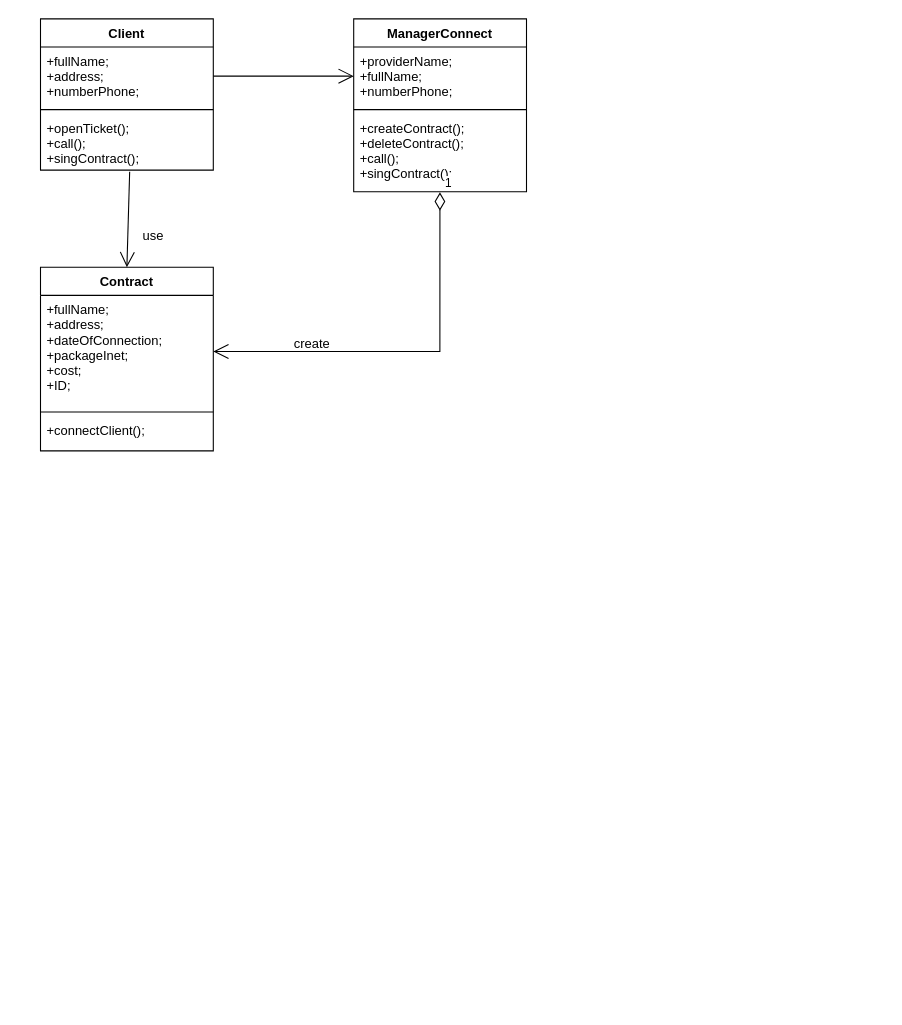
Above: UML-diagramm.drawio in Maks151702/Kyrsach_OOP (draw.io), before the change. Source tidied: cells renumbered, new cells numbered last; positions are measured from the earlier drawing's top-left corner, leaving out a move shared by most shapes. Both pictures are drawn from the tidied source at 108%, with x=0, y=0 at pixel (40, 18).
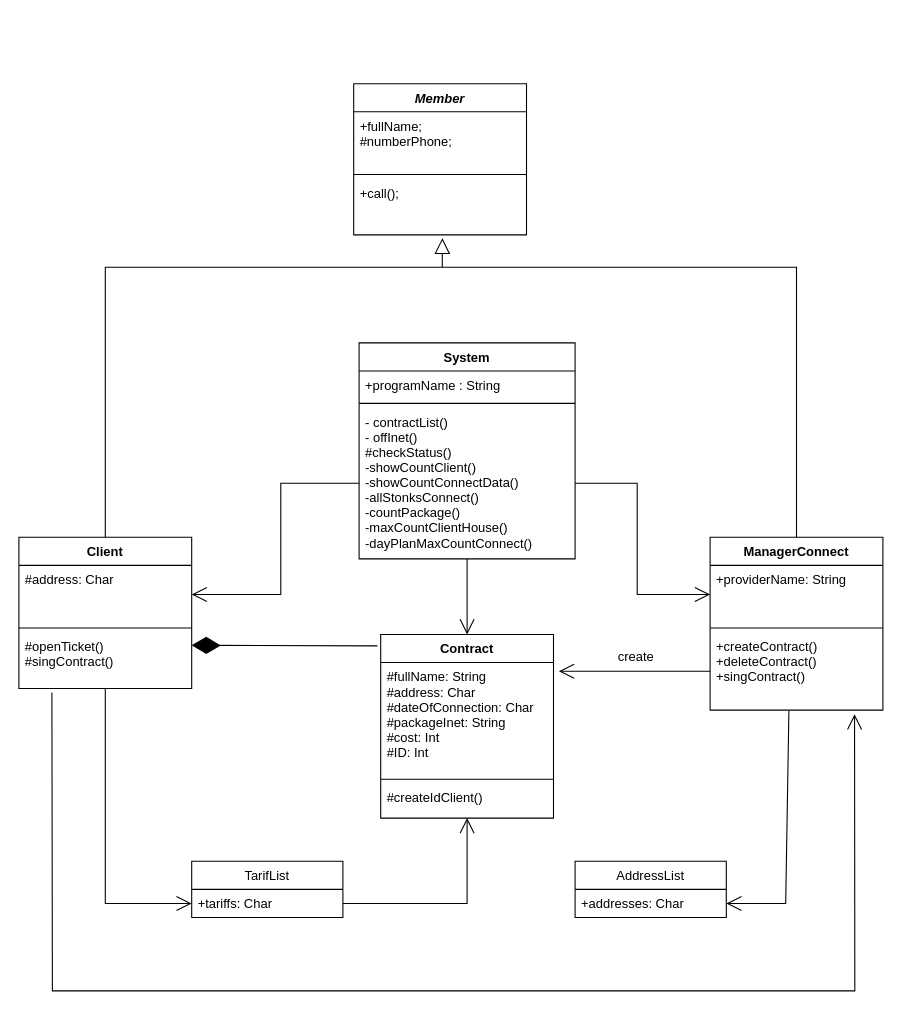
Above is the later version.

Change to the diagram source:
```diff
@@
     <mxCell id="2" value="Contract" style="swimlane;fontStyle=1;align=center;verticalAlign=top;horizontal=1;startSize=26;" parent="1" vertex="1">
-      <mxGeometry y="230" width="160" height="170" as="geometry" />
+      <mxGeometry x="315" y="570" width="160" height="170" as="geometry" />
     </mxCell>
-    <mxCell id="3" value="+fullName;&#10;+address;&#10;+dateOfConnection;&#10;+packageInet;&#10;+cost;&#10;+ID;" style="text;strokeColor=none;fillColor=none;align=left;verticalAlign=top;spacingLeft=4;spacingRight=4;overflow=hidden;points=[[0,0.5],[1,0.5]];portConstraint=eastwest;" parent="2" vertex="1">
+    <mxCell id="3" value="#fullName: String&#10;#address: Char&#10;#dateOfConnection: Char&#10;#packageInet: String&#10;#cost: Int&#10;#ID: Int" style="text;strokeColor=none;fillColor=none;align=left;verticalAlign=top;spacingLeft=4;spacingRight=4;overflow=hidden;points=[[0,0.5],[1,0.5]];portConstraint=eastwest;" parent="2" vertex="1">
       <mxGeometry y="26" width="160" height="104" as="geometry" />
     </mxCell>
@@
-    <mxCell id="5" value="+connectClient();" style="text;strokeColor=none;fillColor=none;align=left;verticalAlign=top;spacingLeft=4;spacingRight=4;overflow=hidden;points=[[0,0.5],[1,0.5]];portConstraint=eastwest;" parent="2" vertex="1">
+    <mxCell id="5" value="#createIdClient()" style="text;strokeColor=none;fillColor=none;align=left;verticalAlign=top;spacingLeft=4;spacingRight=4;overflow=hidden;points=[[0,0.5],[1,0.5]];portConstraint=eastwest;" parent="2" vertex="1">
       <mxGeometry y="138" width="160" height="32" as="geometry" />
     </mxCell>
+    <mxCell id="19" style="edgeStyle=orthogonalEdgeStyle;rounded=0;jettySize=auto;html=1;exitX=0.5;exitY=0;exitDx=0;exitDy=0;startArrow=none;startFill=0;endArrow=none;endFill=0;strokeWidth=1;" parent="1" edge="1" source="6">
+      <mxGeometry relative="1" as="geometry">
+        <mxPoint x="370" y="230" as="targetPoint" />
+        <Array as="points">
+          <mxPoint x="60" y="230" />
+        </Array>
+      </mxGeometry>
+    </mxCell>
+    <mxCell id="20" style="edgeStyle=orthogonalEdgeStyle;rounded=0;jettySize=auto;html=1;entryX=0;entryY=0.5;entryDx=0;entryDy=0;endArrow=open;endFill=0;endSize=12;" parent="1" edge="1" source="6" target="37">
+      <mxGeometry relative="1" as="geometry" />
+    </mxCell>
     <mxCell id="6" value="Client" style="swimlane;fontStyle=1;align=center;verticalAlign=top;horizontal=1;startSize=26;" parent="1" vertex="1">
-      <mxGeometry width="160" height="140" as="geometry" />
+      <mxGeometry x="-20" y="480" width="160" height="140" as="geometry" />
     </mxCell>
-    <mxCell id="7" value="+fullName;&#10;+address;&#10;+numberPhone;" style="text;strokeColor=none;fillColor=none;align=left;verticalAlign=top;spacingLeft=4;spacingRight=4;overflow=hidden;points=[[0,0.5],[1,0.5]];portConstraint=eastwest;" parent="6" vertex="1">
+    <mxCell id="7" value="#address: Char" style="text;strokeColor=none;fillColor=none;align=left;verticalAlign=top;spacingLeft=4;spacingRight=4;overflow=hidden;points=[[0,0.5],[1,0.5]];portConstraint=eastwest;" parent="6" vertex="1">
       <mxGeometry y="26" width="160" height="54" as="geometry" />
     </mxCell>
@@
-    <mxCell id="9" value="+openTicket();&#10;+call();&#10;+singContract();" style="text;strokeColor=none;fillColor=none;align=left;verticalAlign=top;spacingLeft=4;spacingRight=4;overflow=hidden;points=[[0,0.5],[1,0.5]];portConstraint=eastwest;" parent="6" vertex="1">
+    <mxCell id="9" value="#openTicket()&#10;#singContract()" style="text;strokeColor=none;fillColor=none;align=left;verticalAlign=top;spacingLeft=4;spacingRight=4;overflow=hidden;points=[[0,0.5],[1,0.5]];portConstraint=eastwest;" parent="6" vertex="1">
       <mxGeometry y="88" width="160" height="52" as="geometry" />
     </mxCell>
+    <mxCell id="21" style="edgeStyle=orthogonalEdgeStyle;rounded=0;jettySize=auto;html=1;startArrow=none;startFill=0;endArrow=none;endFill=0;strokeWidth=1;" parent="1" edge="1" source="10">
+      <mxGeometry relative="1" as="geometry">
+        <mxPoint x="370" y="230" as="targetPoint" />
+        <Array as="points">
+          <mxPoint x="700" y="230" />
+        </Array>
+      </mxGeometry>
+    </mxCell>
     <mxCell id="10" value="ManagerConnect" style="swimlane;fontStyle=1;align=center;verticalAlign=top;horizontal=1;startSize=26;" parent="1" vertex="1">
-      <mxGeometry x="290" width="160" height="160" as="geometry" />
+      <mxGeometry x="620" y="480" width="160" height="160" as="geometry" />
     </mxCell>
-    <mxCell id="11" value="+providerName;&#10;+fullName;&#10;+numberPhone;" style="text;strokeColor=none;fillColor=none;align=left;verticalAlign=top;spacingLeft=4;spacingRight=4;overflow=hidden;points=[[0,0.5],[1,0.5]];portConstraint=eastwest;" parent="10" vertex="1">
+    <mxCell id="11" value="+providerName: String" style="text;strokeColor=none;fillColor=none;align=left;verticalAlign=top;spacingLeft=4;spacingRight=4;overflow=hidden;points=[[0,0.5],[1,0.5]];portConstraint=eastwest;" parent="10" vertex="1">
       <mxGeometry y="26" width="160" height="54" as="geometry" />
     </mxCell>
@@
-    <mxCell id="13" value="+createContract();&#10;+deleteContract();&#10;+call();&#10;+singContract();" style="text;strokeColor=none;fillColor=none;align=left;verticalAlign=top;spacingLeft=4;spacingRight=4;overflow=hidden;points=[[0,0.5],[1,0.5]];portConstraint=eastwest;" parent="10" vertex="1">
+    <mxCell id="13" value="+createContract()&#10;+deleteContract()&#10;+singContract()" style="text;strokeColor=none;fillColor=none;align=left;verticalAlign=top;spacingLeft=4;spacingRight=4;overflow=hidden;points=[[0,0.5],[1,0.5]];portConstraint=eastwest;" parent="10" vertex="1">
       <mxGeometry y="88" width="160" height="72" as="geometry" />
     </mxCell>
-    <mxCell id="14" value="1" style="endArrow=open;html=1;endSize=12;startArrow=diamondThin;startSize=14;startFill=0;edgeStyle=orthogonalEdgeStyle;align=left;verticalAlign=bottom;rounded=0;entryX=1;entryY=0.5;entryDx=0;entryDy=0;exitX=0.499;exitY=1.008;exitDx=0;exitDy=0;exitPerimeter=0;" parent="1" edge="1" source="13" target="3">
-      <mxGeometry x="-1" y="3" relative="1" as="geometry" />
-    </mxCell>
     <mxCell id="15" value="&lt;br&gt;create" style="text;html=1;strokeColor=none;fillColor=none;spacing=5;spacingTop=-20;whiteSpace=wrap;overflow=hidden;rounded=0;" parent="1" vertex="1">
-      <mxGeometry x="230" y="290" width="50" height="20" as="geometry" />
+      <mxGeometry x="530" y="580" width="50" height="20" as="geometry" />
     </mxCell>
-    <mxCell id="16" style="endArrow=open;endFill=1;endSize=12;html=1;rounded=0;entryX=0.5;entryY=0;entryDx=0;entryDy=0;exitX=0.516;exitY=1.031;exitDx=0;exitDy=0;exitPerimeter=0;" parent="1" edge="1" source="9" target="2">
-      <mxGeometry relative="1" as="geometry" />
-    </mxCell>
-    <mxCell id="17" value="&lt;br&gt;use" style="text;html=1;strokeColor=none;fillColor=none;spacing=5;spacingTop=-20;whiteSpace=wrap;overflow=hidden;rounded=0;" parent="1" vertex="1">
-      <mxGeometry x="90" y="190" width="50" height="20" as="geometry" />
-    </mxCell>
-    <mxCell id="18" style="endArrow=open;endFill=1;endSize=12;html=1;rounded=0;exitX=1;exitY=0.5;exitDx=0;exitDy=0;entryX=0;entryY=0.5;entryDx=0;entryDy=0;" parent="1" edge="1" source="7" target="11">
-      <mxGeometry relative="1" as="geometry" />
-    </mxCell>
+    <mxCell id="22" value="Member" style="swimlane;fontStyle=3;align=center;verticalAlign=top;horizontal=1;startSize=26;" parent="1" vertex="1">
+      <mxGeometry x="290" y="60" width="160" height="140" as="geometry" />
+    </mxCell>
+    <mxCell id="23" value="+fullName;&#10;#numberPhone;" style="text;strokeColor=none;fillColor=none;align=left;verticalAlign=top;spacingLeft=4;spacingRight=4;overflow=hidden;" parent="22" vertex="1">
+      <mxGeometry y="26" width="160" height="54" as="geometry" />
+    </mxCell>
+    <mxCell id="24" style="line;strokeWidth=1;fillColor=none;align=left;verticalAlign=middle;spacingTop=-1;spacingLeft=3;spacingRight=3;labelPosition=right;" parent="22" vertex="1">
+      <mxGeometry y="80" width="160" height="8" as="geometry" />
+    </mxCell>
+    <mxCell id="25" value="+call();" style="text;strokeColor=none;fillColor=none;align=left;verticalAlign=top;spacingLeft=4;spacingRight=4;overflow=hidden;points=[[0,0.5],[1,0.5]];portConstraint=eastwest;" parent="22" vertex="1">
+      <mxGeometry y="88" width="160" height="52" as="geometry" />
+    </mxCell>
+    <mxCell id="26" style="edgeStyle=orthogonalEdgeStyle;rounded=0;jettySize=auto;html=1;entryX=0.5;entryY=0;entryDx=0;entryDy=0;startArrow=none;startFill=0;endArrow=open;endFill=0;endSize=12;strokeWidth=1;" parent="1" edge="1" source="27" target="2">
+      <mxGeometry relative="1" as="geometry" />
+    </mxCell>
+    <mxCell id="27" value="System" style="swimlane;fontStyle=1;align=center;verticalAlign=top;horizontal=1;startSize=26;" parent="1" vertex="1">
+      <mxGeometry x="295" y="300" width="200" height="200" as="geometry" />
+    </mxCell>
+    <mxCell id="28" value="+programName : String" style="text;strokeColor=none;fillColor=none;align=left;verticalAlign=top;spacingLeft=4;spacingRight=4;overflow=hidden;" parent="27" vertex="1">
+      <mxGeometry y="26" width="200" height="26" as="geometry" />
+    </mxCell>
+    <mxCell id="29" style="line;strokeWidth=1;fillColor=none;align=left;verticalAlign=middle;spacingTop=-1;spacingLeft=3;spacingRight=3;labelPosition=right;" parent="27" vertex="1">
+      <mxGeometry y="52" width="200" height="8" as="geometry" />
+    </mxCell>
+    <mxCell id="30" value="- contractList()&#10;- offInet()&#10;#checkStatus()&#10;-showCountClient()&#10;-showCountConnectData()&#10;-allStonksConnect()&#10;-countPackage()&#10;-maxCountClientHouse()&#10;-dayPlanMaxCountConnect()" style="text;strokeColor=none;fillColor=none;align=left;verticalAlign=top;spacingLeft=4;spacingRight=4;overflow=hidden;points=[[0,0.5],[1,0.5]];portConstraint=eastwest;" parent="27" vertex="1">
+      <mxGeometry y="60" width="200" height="140" as="geometry" />
+    </mxCell>
+    <mxCell id="31" style="endArrow=open;endFill=1;endSize=12;html=1;rounded=0;exitX=0;exitY=0.5;exitDx=0;exitDy=0;" parent="1" edge="1" source="13">
+      <mxGeometry relative="1" as="geometry">
+        <mxPoint x="480" y="604" as="targetPoint" />
+      </mxGeometry>
+    </mxCell>
+    <mxCell id="32" style="edgeStyle=orthogonalEdgeStyle;rounded=0;jettySize=auto;html=1;entryX=1;entryY=0.5;entryDx=0;entryDy=0;startArrow=none;startFill=0;endArrow=open;endFill=0;strokeWidth=1;endSize=12;" parent="1" edge="1" source="30" target="7">
+      <mxGeometry relative="1" as="geometry" />
+    </mxCell>
+    <mxCell id="33" style="edgeStyle=orthogonalEdgeStyle;rounded=0;jettySize=auto;html=1;exitX=1;exitY=0.5;exitDx=0;exitDy=0;startArrow=none;startFill=0;endArrow=open;endFill=0;strokeWidth=1;endSize=12;" parent="1" edge="1" source="30" target="11">
+      <mxGeometry relative="1" as="geometry" />
+    </mxCell>
+    <mxCell id="34" style="endArrow=block;endFill=0;endSize=12;html=1;rounded=0;entryX=0.513;entryY=1.058;entryDx=0;entryDy=0;entryPerimeter=0;" parent="1" edge="1" target="25">
+      <mxGeometry relative="1" as="geometry">
+        <mxPoint x="372" y="230" as="sourcePoint" />
+      </mxGeometry>
+    </mxCell>
+    <mxCell id="35" style="endArrow=diamondThin;endFill=1;endSize=24;html=1;rounded=0;exitX=-0.019;exitY=0.062;exitDx=0;exitDy=0;exitPerimeter=0;" parent="1" edge="1" source="2">
+      <mxGeometry relative="1" as="geometry">
+        <mxPoint x="140" y="580" as="targetPoint" />
+      </mxGeometry>
+    </mxCell>
+    <mxCell id="36" value="TarifList" style="swimlane;fontStyle=0;horizontal=1;startSize=26;fillColor=none;" parent="1" vertex="1">
+      <mxGeometry x="140" y="780" width="140" height="52" as="geometry" />
+    </mxCell>
+    <mxCell id="37" value="+tariffs: Char" style="text;strokeColor=none;fillColor=none;align=left;verticalAlign=top;spacingLeft=4;spacingRight=4;overflow=hidden;points=[[0,0.5],[1,0.5]];portConstraint=eastwest;" parent="36" vertex="1">
+      <mxGeometry y="26" width="140" height="26" as="geometry" />
+    </mxCell>
+    <mxCell id="38" value="AddressList" style="swimlane;fontStyle=0;horizontal=1;startSize=26;fillColor=none;" parent="1" vertex="1">
+      <mxGeometry x="495" y="780" width="140" height="52" as="geometry" />
+    </mxCell>
+    <mxCell id="39" value="+addresses: Char" style="text;strokeColor=none;fillColor=none;align=left;verticalAlign=top;spacingLeft=4;spacingRight=4;overflow=hidden;points=[[0,0.5],[1,0.5]];portConstraint=eastwest;" parent="38" vertex="1">
+      <mxGeometry y="26" width="140" height="26" as="geometry" />
+    </mxCell>
+    <mxCell id="40" style="endArrow=open;endFill=1;endSize=12;html=1;rounded=0;exitX=0.191;exitY=1.073;exitDx=0;exitDy=0;exitPerimeter=0;entryX=0.836;entryY=1.053;entryDx=0;entryDy=0;entryPerimeter=0;" parent="1" edge="1" source="9" target="13">
+      <mxGeometry relative="1" as="geometry">
+        <Array as="points">
+          <mxPoint x="11" y="900" />
+          <mxPoint x="754" y="900" />
+        </Array>
+      </mxGeometry>
+    </mxCell>
+    <mxCell id="41" style="endArrow=open;endFill=1;endSize=12;html=1;rounded=0;exitX=0.456;exitY=1.008;exitDx=0;exitDy=0;exitPerimeter=0;entryX=1;entryY=0.5;entryDx=0;entryDy=0;" parent="1" edge="1" source="13" target="39">
+      <mxGeometry relative="1" as="geometry">
+        <Array as="points">
+          <mxPoint x="690" y="819" />
+        </Array>
+      </mxGeometry>
+    </mxCell>
+    <mxCell id="42" style="endArrow=open;endFill=1;endSize=12;html=1;rounded=0;exitX=1;exitY=0.5;exitDx=0;exitDy=0;" parent="1" edge="1" source="37" target="5">
+      <mxGeometry relative="1" as="geometry">
+        <Array as="points">
+          <mxPoint x="395" y="819" />
+        </Array>
+      </mxGeometry>
+    </mxCell>
```
